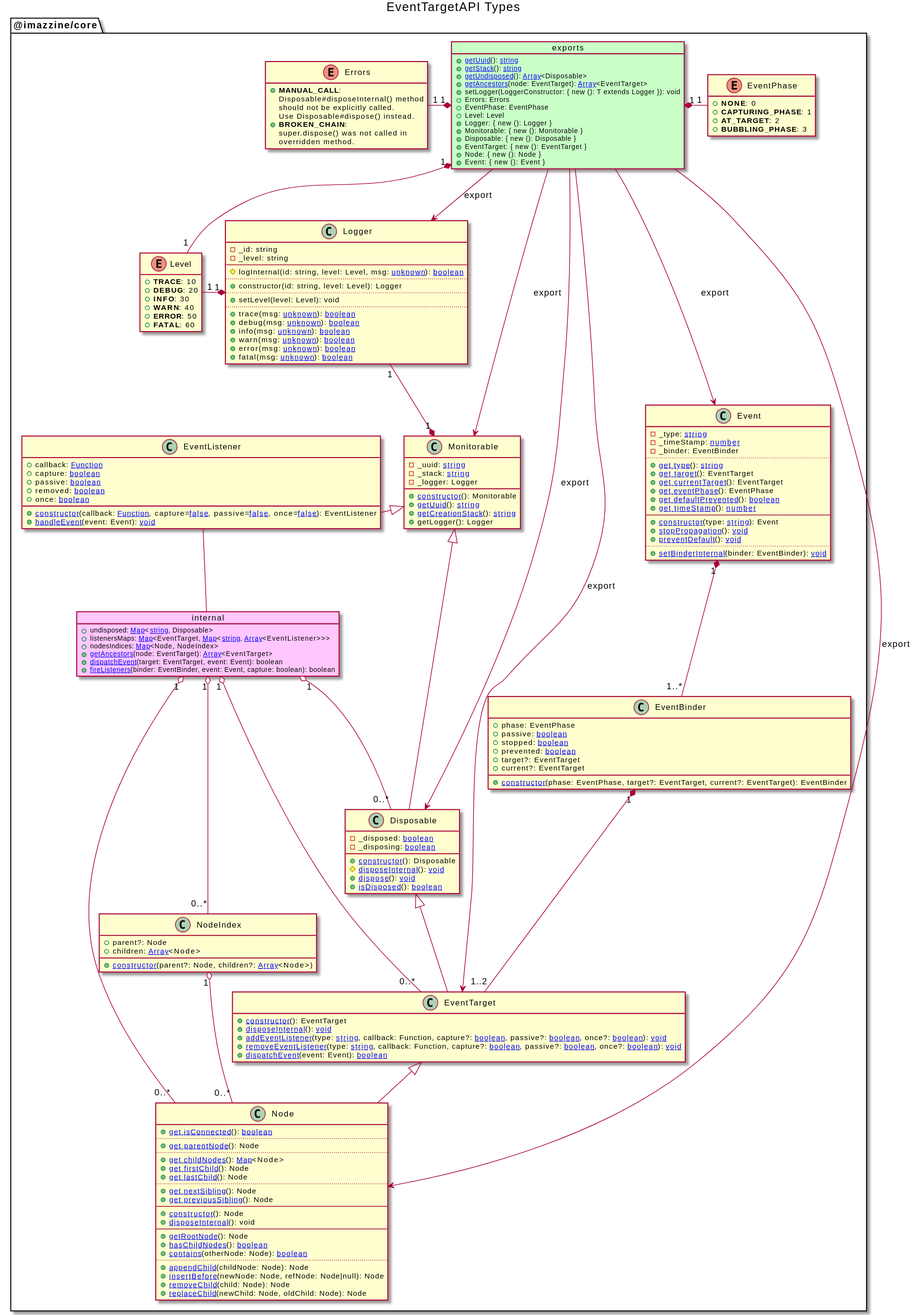
Above: _uml/svg/EventTargetAPI/Types.svg in imazzine/imazzine.github.io (PlantUML), before the change.
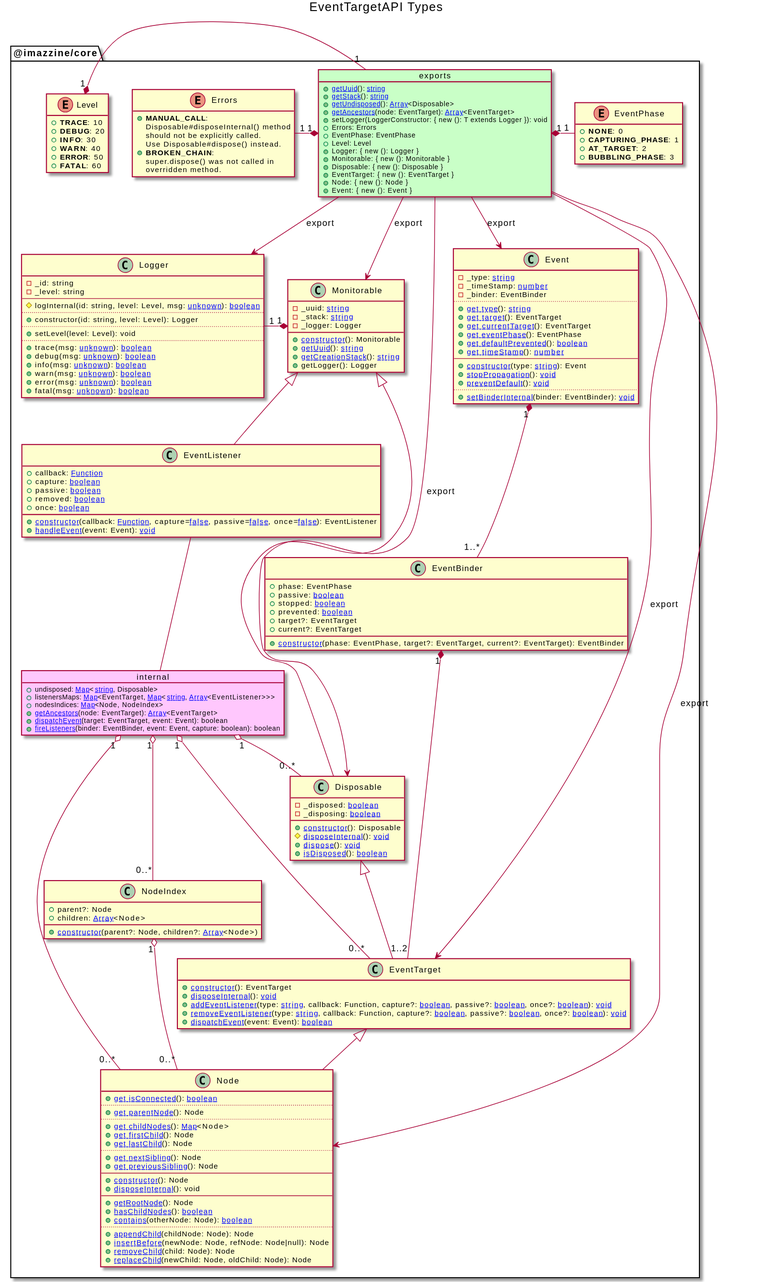
Above is the later version.

What changed in the source:
```diff
@@ -56,7 +56,7 @@
             +<b>ERROR</b>: 50
             +<b>FATAL</b>: 60
         }
-        ImazzineCorePackageExports "1" *-- "1" Level
+        Level "1" *- "1" ImazzineCorePackageExports
 
         class Logger {
             -_id: string
@@ -76,7 +76,6 @@
             +fatal(msg: [[https://www.typescriptlang.org/docs/handbook/2/functions.html#unknown unknown]]): [[https://developer.mozilla.org/en-US/docs/Web/JavaScript/Reference/Global_Objects/Boolean boolean]]
         }
         ImazzineCorePackageExports --> Logger : export
-        Level "1" -* "1" Logger
 
         class Monitorable {
             -_uuid: [[https://developer.mozilla.org/en-US/docs/Web/JavaScript/Reference/Global_Objects/String string]]
@@ -87,7 +86,7 @@
             +[[./Definition_Monitorable.getCreationStack.svg getCreationStack]](): [[https://developer.mozilla.org/en-US/docs/Web/JavaScript/Reference/Global_Objects/String string]]
             +getLogger(): Logger
         }
-        ImazzineCorePackageExports ---> Monitorable : export
+        ImazzineCorePackageExports --> Monitorable : export
         Logger "1" -* "1" Monitorable
 
         class Disposable extends Monitorable {
@@ -111,7 +110,7 @@
             +[[./Definition_EventListener.handleEvent.svg handleEvent]](event: Event): [[https://developer.mozilla.org/en-US/docs/Web/JavaScript/Reference/Operators/void void]]
         }
         EventListener -- internal
-        EventListener -[hidden] Monitorable
+        EventListener -[hidden]- Monitorable
 
         class EventTarget extends Disposable {
             +[[./Definition_EventTarget.constructor.svg constructor]](): EventTarget
@@ -153,7 +152,7 @@
             +[[./Definition_Event.setBinderInternal.svg setBinderInternal]](binder: EventBinder): [[https://developer.mozilla.org/en-US/docs/Web/JavaScript/Reference/Operators/void void]]
         }
         Event "1" *-- "1..*" EventBinder
-        ImazzineCorePackageExports ---> Event : export
+        ImazzineCorePackageExports --> Event : export
 
         class Node extends EventTarget {
             +[[./Definition_Node.isConnected.svg get isConnected]](): [[https://developer.mozilla.org/en-US/docs/Web/JavaScript/Reference/Global_Objects/Boolean boolean]]
```
